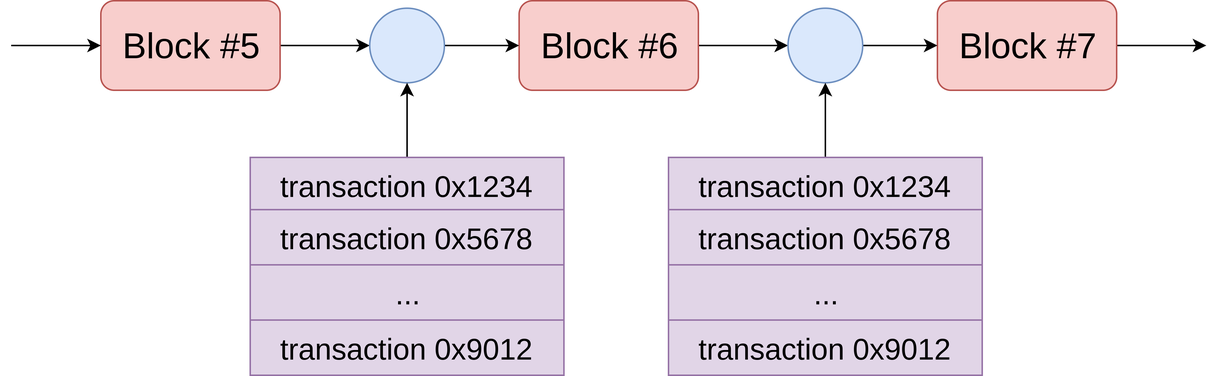
The draw.io diagram blockchain-simple.png in JirkaChadima/wtm-blockchain-fear, before a commit. Source tidied: cells renumbered, new cells last; positions are measured from the earlier drawing's top-left corner, leaving out a move shared by most shapes. Its diagram source:
```xml
<mxGraphModel>
  <root>
    <mxCell id="0" />
    <mxCell id="1" parent="0" />
    <mxCell id="2" style="edgeStyle=orthogonalEdgeStyle;rounded=0;jettySize=auto;html=1;exitX=1;exitY=0.5;exitDx=0;exitDy=0;entryX=0;entryY=0.5;entryDx=0;entryDy=0;" parent="1" edge="1" source="3" target="7">
      <mxGeometry relative="1" as="geometry" />
    </mxCell>
    <mxCell id="3" value="&lt;font style=&quot;font-size: 24px&quot;&gt;Block #5&lt;/font&gt;" style="rounded=1;whiteSpace=wrap;html=1;fillColor=#f8cecc;strokeColor=#b85450;" parent="1" vertex="1">
      <mxGeometry x="60" width="120" height="60" as="geometry" />
    </mxCell>
    <mxCell id="4" style="edgeStyle=orthogonalEdgeStyle;rounded=0;jettySize=auto;html=1;exitX=1;exitY=0.5;exitDx=0;exitDy=0;entryX=0;entryY=0.5;entryDx=0;entryDy=0;fontSize=20;" parent="1" edge="1" source="5" target="16">
      <mxGeometry relative="1" as="geometry" />
    </mxCell>
    <mxCell id="5" value="&lt;font style=&quot;font-size: 24px&quot;&gt;Block #6&lt;br&gt;&lt;/font&gt;" style="rounded=1;whiteSpace=wrap;html=1;fillColor=#f8cecc;strokeColor=#b85450;" parent="1" vertex="1">
      <mxGeometry x="340" width="120" height="60" as="geometry" />
    </mxCell>
    <mxCell id="6" style="edgeStyle=orthogonalEdgeStyle;rounded=0;jettySize=auto;html=1;exitX=1;exitY=0.5;exitDx=0;exitDy=0;" parent="1" edge="1" source="7" target="5">
      <mxGeometry relative="1" as="geometry" />
    </mxCell>
    <mxCell id="7" style="ellipse;whiteSpace=wrap;html=1;fillColor=#dae8fc;strokeColor=#6c8ebf;" parent="1" vertex="1">
      <mxGeometry x="240" y="5" width="50" height="50" as="geometry" />
    </mxCell>
    <mxCell id="8" style="edgeStyle=orthogonalEdgeStyle;rounded=0;jettySize=auto;html=1;exitX=0.5;exitY=0;exitDx=0;exitDy=0;entryX=0.5;entryY=1;entryDx=0;entryDy=0;fontSize=20;" parent="1" edge="1" source="9" target="7">
      <mxGeometry relative="1" as="geometry" />
    </mxCell>
    <mxCell id="9" value="transaction 0x1234" style="rounded=0;whiteSpace=wrap;html=1;fontSize=20;fillColor=#e1d5e7;strokeColor=#9673a6;" parent="1" vertex="1">
      <mxGeometry x="160" y="105" width="210" height="37" as="geometry" />
    </mxCell>
    <mxCell id="10" value="transaction 0x5678" style="rounded=0;whiteSpace=wrap;html=1;fontSize=20;fillColor=#e1d5e7;strokeColor=#9673a6;" parent="1" vertex="1">
      <mxGeometry x="160" y="140" width="210" height="37" as="geometry" />
    </mxCell>
    <mxCell id="11" value="..." style="rounded=0;whiteSpace=wrap;html=1;fontSize=20;fillColor=#e1d5e7;strokeColor=#9673a6;" parent="1" vertex="1">
      <mxGeometry x="160" y="177" width="210" height="37" as="geometry" />
    </mxCell>
    <mxCell id="12" value="transaction 0x9012" style="rounded=0;whiteSpace=wrap;html=1;fontSize=20;fillColor=#e1d5e7;strokeColor=#9673a6;" parent="1" vertex="1">
      <mxGeometry x="160" y="214" width="210" height="37" as="geometry" />
    </mxCell>
    <mxCell id="13" style="edgeStyle=orthogonalEdgeStyle;rounded=0;jettySize=auto;html=1;exitX=1;exitY=0.5;exitDx=0;exitDy=0;fontSize=20;" parent="1" edge="1" source="14">
      <mxGeometry relative="1" as="geometry">
        <mxPoint x="800" y="30" as="targetPoint" />
      </mxGeometry>
    </mxCell>
    <mxCell id="14" value="&lt;font style=&quot;font-size: 24px&quot;&gt;Block #7&lt;br&gt;&lt;/font&gt;" style="rounded=1;whiteSpace=wrap;html=1;fillColor=#f8cecc;strokeColor=#b85450;" parent="1" vertex="1">
      <mxGeometry x="620" width="120" height="60" as="geometry" />
    </mxCell>
    <mxCell id="15" style="edgeStyle=orthogonalEdgeStyle;rounded=0;jettySize=auto;html=1;exitX=1;exitY=0.5;exitDx=0;exitDy=0;" parent="1" edge="1" source="16" target="14">
      <mxGeometry relative="1" as="geometry" />
    </mxCell>
    <mxCell id="16" style="ellipse;whiteSpace=wrap;html=1;fillColor=#dae8fc;strokeColor=#6c8ebf;" parent="1" vertex="1">
      <mxGeometry x="520" y="5" width="50" height="50" as="geometry" />
    </mxCell>
    <mxCell id="17" style="edgeStyle=orthogonalEdgeStyle;rounded=0;jettySize=auto;html=1;exitX=0.5;exitY=0;exitDx=0;exitDy=0;entryX=0.5;entryY=1;entryDx=0;entryDy=0;fontSize=20;" parent="1" edge="1" source="18" target="16">
      <mxGeometry relative="1" as="geometry" />
    </mxCell>
    <mxCell id="18" value="transaction 0x1234" style="rounded=0;whiteSpace=wrap;html=1;fontSize=20;fillColor=#e1d5e7;strokeColor=#9673a6;" parent="1" vertex="1">
      <mxGeometry x="440" y="105" width="210" height="37" as="geometry" />
    </mxCell>
    <mxCell id="19" value="transaction 0x5678" style="rounded=0;whiteSpace=wrap;html=1;fontSize=20;fillColor=#e1d5e7;strokeColor=#9673a6;" parent="1" vertex="1">
      <mxGeometry x="440" y="140" width="210" height="37" as="geometry" />
    </mxCell>
    <mxCell id="20" value="..." style="rounded=0;whiteSpace=wrap;html=1;fontSize=20;fillColor=#e1d5e7;strokeColor=#9673a6;" parent="1" vertex="1">
      <mxGeometry x="440" y="177" width="210" height="37" as="geometry" />
    </mxCell>
    <mxCell id="21" value="transaction 0x9012" style="rounded=0;whiteSpace=wrap;html=1;fontSize=20;fillColor=#e1d5e7;strokeColor=#9673a6;" parent="1" vertex="1">
      <mxGeometry x="440" y="214" width="210" height="37" as="geometry" />
    </mxCell>
    <mxCell id="22" style="endArrow=classic;html=1;fontSize=20;" parent="1" edge="1">
      <mxGeometry relative="1" as="geometry">
        <mxPoint y="30" as="sourcePoint" />
        <mxPoint x="60" y="30" as="targetPoint" />
      </mxGeometry>
    </mxCell>
  </root>
</mxGraphModel>
```
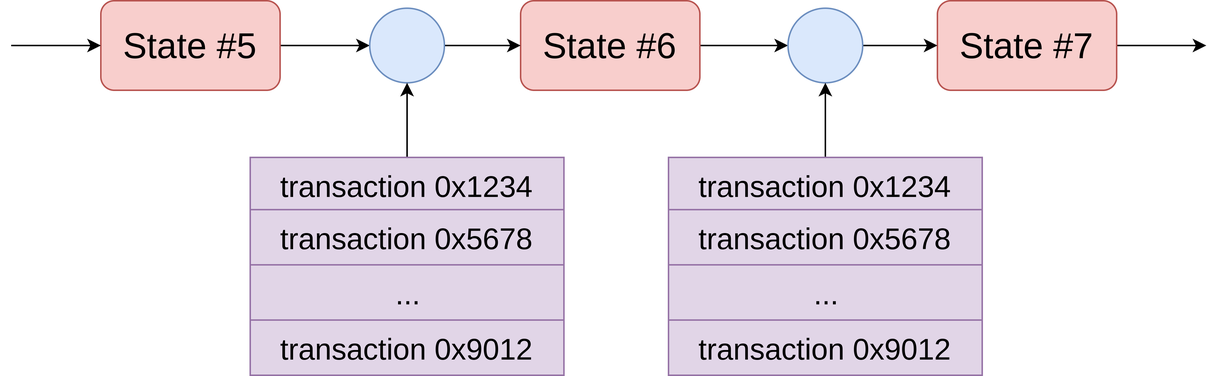
The same file after the commit.

The edit, as a diff of the source:
```diff
@@ -5,14 +5,14 @@
     <mxCell id="2" style="edgeStyle=orthogonalEdgeStyle;rounded=0;jettySize=auto;html=1;exitX=1;exitY=0.5;exitDx=0;exitDy=0;entryX=0;entryY=0.5;entryDx=0;entryDy=0;" parent="1" edge="1" source="3" target="7">
       <mxGeometry relative="1" as="geometry" />
     </mxCell>
-    <mxCell id="3" value="&lt;font style=&quot;font-size: 24px&quot;&gt;Block #5&lt;/font&gt;" style="rounded=1;whiteSpace=wrap;html=1;fillColor=#f8cecc;strokeColor=#b85450;" parent="1" vertex="1">
+    <mxCell id="3" value="&lt;font style=&quot;font-size: 24px&quot;&gt;State #5&lt;/font&gt;" style="rounded=1;whiteSpace=wrap;html=1;fillColor=#f8cecc;strokeColor=#b85450;" parent="1" vertex="1">
       <mxGeometry x="60" width="120" height="60" as="geometry" />
     </mxCell>
     <mxCell id="4" style="edgeStyle=orthogonalEdgeStyle;rounded=0;jettySize=auto;html=1;exitX=1;exitY=0.5;exitDx=0;exitDy=0;entryX=0;entryY=0.5;entryDx=0;entryDy=0;fontSize=20;" parent="1" edge="1" source="5" target="16">
       <mxGeometry relative="1" as="geometry" />
     </mxCell>
-    <mxCell id="5" value="&lt;font style=&quot;font-size: 24px&quot;&gt;Block #6&lt;br&gt;&lt;/font&gt;" style="rounded=1;whiteSpace=wrap;html=1;fillColor=#f8cecc;strokeColor=#b85450;" parent="1" vertex="1">
-      <mxGeometry x="340" width="120" height="60" as="geometry" />
+    <mxCell id="5" value="&lt;font style=&quot;font-size: 24px&quot;&gt;State #6&lt;br&gt;&lt;/font&gt;" style="rounded=1;whiteSpace=wrap;html=1;fillColor=#f8cecc;strokeColor=#b85450;" parent="1" vertex="1">
+      <mxGeometry x="341" width="120" height="60" as="geometry" />
     </mxCell>
     <mxCell id="6" style="edgeStyle=orthogonalEdgeStyle;rounded=0;jettySize=auto;html=1;exitX=1;exitY=0.5;exitDx=0;exitDy=0;" parent="1" edge="1" source="7" target="5">
       <mxGeometry relative="1" as="geometry" />
@@ -40,7 +40,7 @@
         <mxPoint x="800" y="30" as="targetPoint" />
       </mxGeometry>
     </mxCell>
-    <mxCell id="14" value="&lt;font style=&quot;font-size: 24px&quot;&gt;Block #7&lt;br&gt;&lt;/font&gt;" style="rounded=1;whiteSpace=wrap;html=1;fillColor=#f8cecc;strokeColor=#b85450;" parent="1" vertex="1">
+    <mxCell id="14" value="&lt;font style=&quot;font-size: 24px&quot;&gt;State #7&lt;br&gt;&lt;/font&gt;" style="rounded=1;whiteSpace=wrap;html=1;fillColor=#f8cecc;strokeColor=#b85450;" parent="1" vertex="1">
       <mxGeometry x="620" width="120" height="60" as="geometry" />
     </mxCell>
     <mxCell id="15" style="edgeStyle=orthogonalEdgeStyle;rounded=0;jettySize=auto;html=1;exitX=1;exitY=0.5;exitDx=0;exitDy=0;" parent="1" edge="1" source="16" target="14">
```
